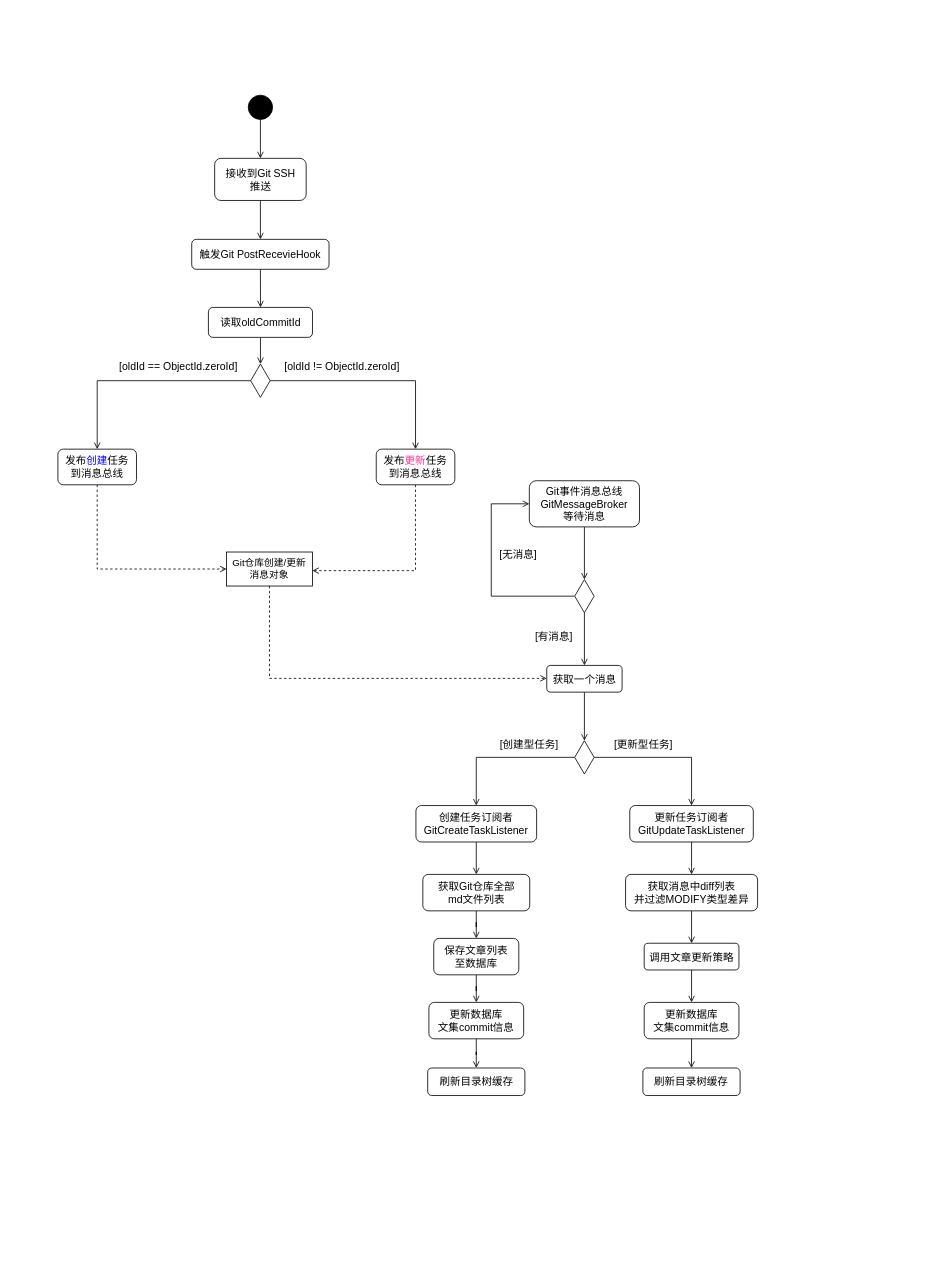
Earlier version of the draw.io diagram page "Git文集创建更新" (1 of 2) of docs/diagram/Git文集创建与更新触发逻辑.drawio (swsk33/git-document). Source tidied: cells renumbered, new cells numbered last; positions are measured from the earlier drawing's top-left corner, leaving out a move shared by most shapes. Both pictures are drawn from the tidied source at 81%, with x=0, y=0 at pixel (58, 95).
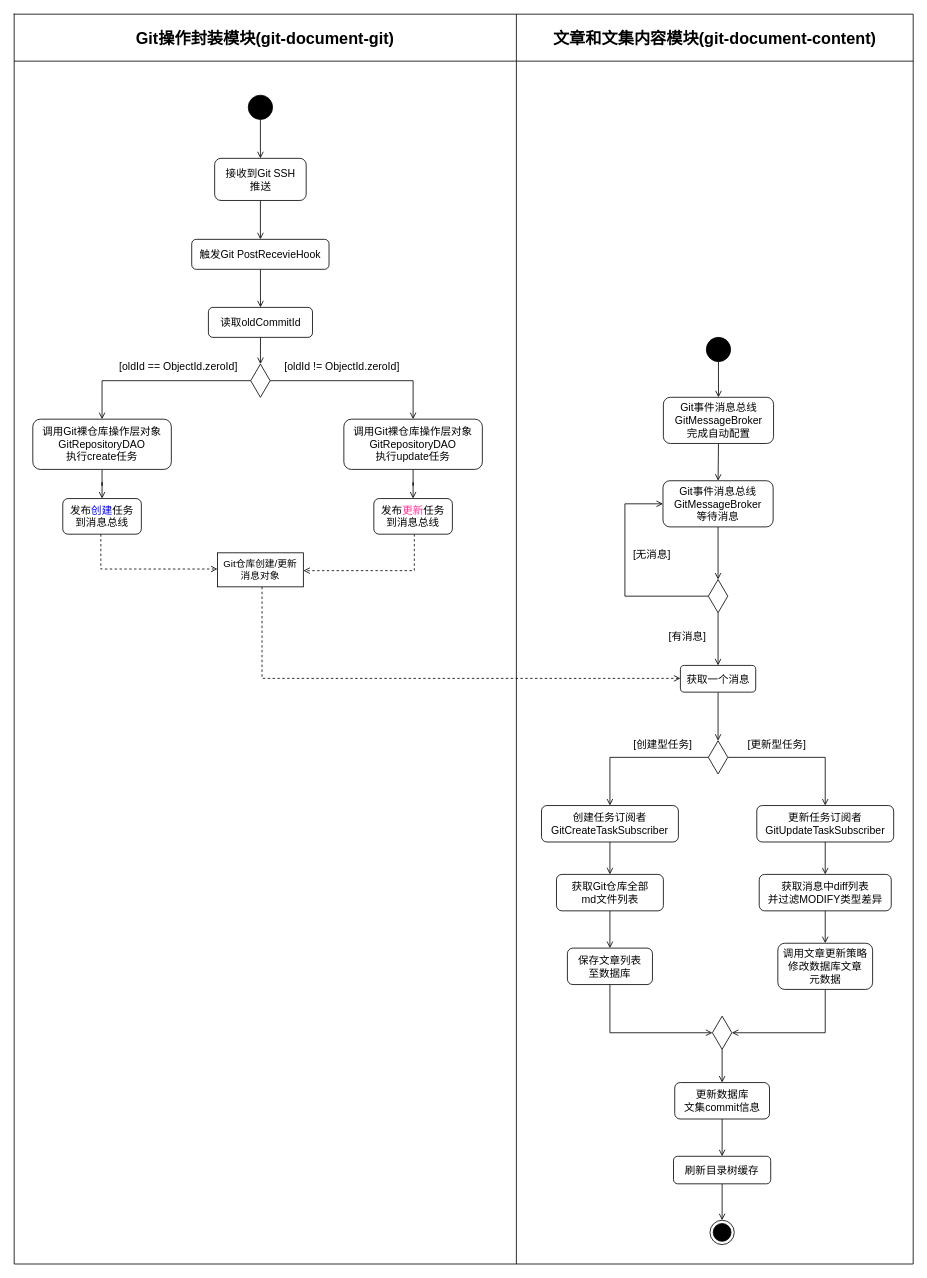
The same page after the edit.

The change refers to these unchanged cells:
```xml
<mxCell id="12" style="rhombus;fontFamily=Helvetica;fontSize=11;fontColor=default;labelBackgroundColor=default;" parent="1" vertex="1">
  <mxGeometry x="238" y="332" width="24" height="41" as="geometry" />
</mxCell>
```

The edit, as a diff of the source:
```diff
@@
+    <mxCell id="53" style="shape=table;startSize=0;childLayout=tableLayout;fixedHeader=1;fontFamily=Helvetica;fontSize=11;fontColor=default;labelBackgroundColor=default;" parent="1" vertex="1">
+      <mxGeometry x="-54" y="-100" width="1109.9" height="1543" as="geometry" />
+    </mxCell>
+    <mxCell id="54" style="shape=tableRow;horizontal=0;startSize=0;swimlaneHead=0;swimlaneBody=0;strokeColor=inherit;top=0;left=0;bottom=0;right=0;fillColor=none;fixedHeader=1;fontFamily=Helvetica;fontSize=11;fontColor=default;labelBackgroundColor=default;" parent="53" vertex="1">
+      <mxGeometry width="1109.9" height="58" as="geometry" />
+    </mxCell>
+    <mxCell id="55" value="Git操作封装模块(git-document-git)" style="shape=partialRectangle;html=1;whiteSpace=wrap;strokeColor=inherit;overflow=hidden;fillColor=none;top=0;left=0;bottom=0;right=0;fontFamily=Helvetica;fontSize=20;fontColor=default;labelBackgroundColor=default;fontStyle=1;" parent="54" vertex="1">
+      <mxGeometry width="620" height="58" as="geometry" />
+    </mxCell>
+    <mxCell id="56" value="文章和文集内容模块(git-document-content)" style="shape=partialRectangle;html=1;whiteSpace=wrap;strokeColor=inherit;overflow=hidden;fillColor=none;top=0;left=0;bottom=0;right=0;fontFamily=Helvetica;fontSize=20;fontColor=default;labelBackgroundColor=default;fontStyle=1;" parent="54" vertex="1">
+      <mxGeometry x="620" width="490" height="58" as="geometry" />
+    </mxCell>
+    <mxCell id="57" style="shape=tableRow;horizontal=0;startSize=0;swimlaneHead=0;swimlaneBody=0;strokeColor=inherit;top=0;left=0;bottom=0;right=0;fillColor=none;fixedHeader=1;fontFamily=Helvetica;fontSize=11;fontColor=default;labelBackgroundColor=default;" parent="53" vertex="1">
+      <mxGeometry y="58" width="1109.9" height="1485" as="geometry" />
+    </mxCell>
+    <mxCell id="58" style="shape=partialRectangle;html=1;whiteSpace=wrap;strokeColor=inherit;overflow=hidden;fillColor=none;top=0;left=0;bottom=0;right=0;fontFamily=Helvetica;fontSize=11;fontColor=default;labelBackgroundColor=default;" parent="57" vertex="1">
+      <mxGeometry width="620" height="1485" as="geometry" />
+    </mxCell>
+    <mxCell id="59" style="shape=partialRectangle;html=1;whiteSpace=wrap;strokeColor=inherit;overflow=hidden;fillColor=none;top=0;left=0;bottom=0;right=0;fontFamily=Helvetica;fontSize=11;fontColor=default;labelBackgroundColor=default;" parent="57" vertex="1">
+      <mxGeometry x="620" width="490" height="1485" as="geometry" />
+    </mxCell>
@@
     <mxCell id="6" style="edgeStyle=orthogonalEdgeStyle;shape=connector;rounded=0;jumpStyle=arc;jettySize=auto;html=1;strokeColor=default;align=center;verticalAlign=middle;fontFamily=Helvetica;fontSize=11;fontColor=default;labelBackgroundColor=default;endArrow=open;endFill=0;dashed=1;" parent="1" edge="1" source="7" target="29">
       <mxGeometry relative="1" as="geometry">
         <Array as="points">
-          <mxPoint x="261" y="720" />
+          <mxPoint x="252" y="720" />
         </Array>
       </mxGeometry>
     </mxCell>
     <mxCell id="7" value="Git仓库创建/更新&lt;div&gt;消息对象&lt;/div&gt;" style="rounded=0;whiteSpace=wrap;html=1;" parent="1" vertex="1">
-      <mxGeometry x="208.2" y="564" width="106" height="42" as="geometry" />
+      <mxGeometry x="197" y="565" width="106" height="42" as="geometry" />
     </mxCell>
@@
-    <mxCell id="10" style="edgeStyle=orthogonalEdgeStyle;shape=connector;rounded=0;jumpStyle=arc;jettySize=auto;html=1;strokeColor=default;align=center;verticalAlign=middle;fontFamily=Helvetica;fontSize=11;fontColor=default;labelBackgroundColor=default;endArrow=open;endFill=0;" parent="1" edge="1" source="12" target="20">
+    <mxCell id="10" style="edgeStyle=orthogonalEdgeStyle;shape=connector;rounded=0;jumpStyle=arc;jettySize=auto;html=1;strokeColor=default;align=center;verticalAlign=middle;fontFamily=Helvetica;fontSize=11;fontColor=default;labelBackgroundColor=default;endArrow=open;endFill=0;" parent="1" edge="1" source="12" target="67">
       <mxGeometry relative="1" as="geometry" />
     </mxCell>
-    <mxCell id="11" style="edgeStyle=orthogonalEdgeStyle;shape=connector;rounded=0;jumpStyle=arc;jettySize=auto;html=1;strokeColor=default;align=center;verticalAlign=middle;fontFamily=Helvetica;fontSize=11;fontColor=default;labelBackgroundColor=default;endArrow=open;endFill=0;" parent="1" edge="1" source="12" target="18">
+    <mxCell id="11" style="edgeStyle=orthogonalEdgeStyle;shape=connector;rounded=0;jumpStyle=arc;jettySize=auto;html=1;strokeColor=default;align=center;verticalAlign=middle;fontFamily=Helvetica;fontSize=11;fontColor=default;labelBackgroundColor=default;endArrow=open;endFill=0;" parent="1" edge="1" source="12" target="65">
       <mxGeometry relative="1" as="geometry" />
     </mxCell>
@@
     <mxCell id="17" style="edgeStyle=orthogonalEdgeStyle;shape=connector;rounded=0;jumpStyle=arc;jettySize=auto;html=1;strokeColor=default;align=center;verticalAlign=middle;fontFamily=Helvetica;fontSize=11;fontColor=default;labelBackgroundColor=default;endArrow=open;endFill=0;dashed=1;" parent="1" edge="1" source="18" target="7">
       <mxGeometry relative="1" as="geometry">
         <Array as="points">
-          <mxPoint x="49" y="585" />
+          <mxPoint x="53" y="585" />
         </Array>
       </mxGeometry>
     </mxCell>
     <mxCell id="18" value="发布&lt;font style=&quot;color: rgb(0, 0, 255);&quot;&gt;创建&lt;/font&gt;任务&lt;div&gt;到消息总线&lt;/div&gt;" style="rounded=1;whiteSpace=wrap;html=1;fontSize=13;" parent="1" vertex="1">
-      <mxGeometry y="437" width="97" height="44" as="geometry" />
+      <mxGeometry x="6" y="498" width="97" height="44" as="geometry" />
     </mxCell>
     <mxCell id="19" style="edgeStyle=orthogonalEdgeStyle;shape=connector;rounded=0;jumpStyle=arc;jettySize=auto;html=1;strokeColor=default;align=center;verticalAlign=middle;fontFamily=Helvetica;fontSize=11;fontColor=default;labelBackgroundColor=default;endArrow=open;endFill=0;dashed=1;" parent="1" edge="1" source="20" target="7">
       <mxGeometry relative="1" as="geometry">
         <Array as="points">
-          <mxPoint x="442" y="587" />
+          <mxPoint x="440" y="587" />
         </Array>
       </mxGeometry>
     </mxCell>
     <mxCell id="20" value="发布&lt;font style=&quot;color: rgb(255, 51, 153);&quot;&gt;更新&lt;/font&gt;任务&lt;div&gt;到消息总线&lt;/div&gt;" style="rounded=1;whiteSpace=wrap;html=1;fontSize=13;" parent="1" vertex="1">
-      <mxGeometry x="393" y="437" width="97" height="44" as="geometry" />
+      <mxGeometry x="390" y="498" width="97" height="44" as="geometry" />
     </mxCell>
@@
     <mxCell id="22" value="&lt;div&gt;Git事件&lt;span style=&quot;background-color: transparent; color: light-dark(rgb(0, 0, 0), rgb(255, 255, 255));&quot;&gt;消息总线&lt;/span&gt;&lt;/div&gt;&lt;div&gt;&lt;span style=&quot;background-color: transparent; color: light-dark(rgb(0, 0, 0), rgb(255, 255, 255));&quot;&gt;GitMessageBroker&lt;/span&gt;&lt;/div&gt;&lt;div&gt;等待消息&lt;/div&gt;" style="rounded=1;whiteSpace=wrap;html=1;fontSize=13;" parent="1" vertex="1">
-      <mxGeometry x="582" y="476" width="136" height="57" as="geometry" />
+      <mxGeometry x="747" y="476" width="136" height="57" as="geometry" />
     </mxCell>
     <mxCell id="23" style="edgeStyle=orthogonalEdgeStyle;shape=connector;rounded=0;jumpStyle=arc;jettySize=auto;html=1;strokeColor=default;align=center;verticalAlign=middle;fontFamily=Helvetica;fontSize=11;fontColor=default;labelBackgroundColor=default;endArrow=open;endFill=0;" parent="1" edge="1" source="25" target="22">
       <mxGeometry relative="1" as="geometry">
         <Array as="points">
-          <mxPoint x="535" y="618.5" />
-          <mxPoint x="535" y="504.5" />
+          <mxPoint x="700" y="618.5" />
+          <mxPoint x="700" y="504.5" />
         </Array>
       </mxGeometry>
     </mxCell>
@@
     <mxCell id="25" style="rhombus;fontFamily=Helvetica;fontSize=11;fontColor=default;labelBackgroundColor=default;" parent="1" vertex="1">
-      <mxGeometry x="638" y="598" width="24" height="41" as="geometry" />
+      <mxGeometry x="803" y="598" width="24" height="41" as="geometry" />
     </mxCell>
     <mxCell id="26" value="[无消息]" style="text;html=1;whiteSpace=wrap;strokeColor=none;fillColor=none;align=center;verticalAlign=middle;rounded=0;fontFamily=Helvetica;fontSize=13;fontColor=default;labelBackgroundColor=default;" parent="1" vertex="1">
-      <mxGeometry x="538" y="552" width="61" height="30" as="geometry" />
+      <mxGeometry x="703" y="552" width="61" height="30" as="geometry" />
     </mxCell>
     <mxCell id="27" value="[有消息]" style="text;html=1;whiteSpace=wrap;strokeColor=none;fillColor=none;align=center;verticalAlign=middle;rounded=0;fontFamily=Helvetica;fontSize=13;fontColor=default;labelBackgroundColor=default;" parent="1" vertex="1">
-      <mxGeometry x="582" y="653" width="61" height="30" as="geometry" />
+      <mxGeometry x="747" y="653" width="61" height="30" as="geometry" />
     </mxCell>
@@
     <mxCell id="29" value="获取一个消息" style="rounded=1;whiteSpace=wrap;html=1;fontSize=13;" parent="1" vertex="1">
-      <mxGeometry x="603.5" y="704" width="93" height="33" as="geometry" />
+      <mxGeometry x="768.5" y="704" width="93" height="33" as="geometry" />
     </mxCell>
@@
     <mxCell id="32" style="rhombus;fontFamily=Helvetica;fontSize=11;fontColor=default;labelBackgroundColor=default;" parent="1" vertex="1">
-      <mxGeometry x="638" y="797" width="24" height="41" as="geometry" />
+      <mxGeometry x="803" y="797" width="24" height="41" as="geometry" />
     </mxCell>
     <mxCell id="33" value="[创建型&lt;span style=&quot;background-color: light-dark(#ffffff, var(--ge-dark-color, #121212)); color: light-dark(rgb(0, 0, 0), rgb(255, 255, 255));&quot;&gt;任务]&lt;/span&gt;" style="text;html=1;whiteSpace=wrap;strokeColor=none;fillColor=none;align=center;verticalAlign=middle;rounded=0;fontFamily=Helvetica;fontSize=13;fontColor=default;labelBackgroundColor=default;" parent="1" vertex="1">
-      <mxGeometry x="538" y="788" width="88" height="27" as="geometry" />
+      <mxGeometry x="703" y="788" width="88" height="27" as="geometry" />
     </mxCell>
@@
-    <mxCell id="35" value="创建任务&lt;span style=&quot;background-color: transparent; color: light-dark(rgb(0, 0, 0), rgb(255, 255, 255));&quot;&gt;订阅者&lt;/span&gt;&lt;div&gt;GitCreateTaskListener&lt;/div&gt;" style="rounded=1;whiteSpace=wrap;html=1;fontSize=13;" parent="1" vertex="1">
-      <mxGeometry x="442" y="877" width="149" height="45" as="geometry" />
+    <mxCell id="35" value="创建任务&lt;span style=&quot;background-color: transparent; color: light-dark(rgb(0, 0, 0), rgb(255, 255, 255));&quot;&gt;订阅者&lt;/span&gt;&lt;div&gt;GitCreateTaskSubscriber&lt;/div&gt;" style="rounded=1;whiteSpace=wrap;html=1;fontSize=13;" parent="1" vertex="1">
+      <mxGeometry x="597" y="877" width="169" height="45" as="geometry" />
     </mxCell>
@@
-    <mxCell id="37" value="更新任务&lt;span style=&quot;background-color: transparent; color: light-dark(rgb(0, 0, 0), rgb(255, 255, 255));&quot;&gt;订阅者&lt;/span&gt;&lt;div&gt;GitUpdateTaskListener&lt;/div&gt;" style="rounded=1;whiteSpace=wrap;html=1;fontSize=13;" parent="1" vertex="1">
-      <mxGeometry x="706" y="877" width="152.5" height="45" as="geometry" />
+    <mxCell id="37" value="更新任务&lt;span style=&quot;background-color: transparent; color: light-dark(rgb(0, 0, 0), rgb(255, 255, 255));&quot;&gt;订阅者&lt;/span&gt;&lt;div&gt;GitUpdateTaskSubscriber&lt;/div&gt;" style="rounded=1;whiteSpace=wrap;html=1;fontSize=13;" parent="1" vertex="1">
+      <mxGeometry x="862.8" y="877" width="169" height="45" as="geometry" />
     </mxCell>
     <mxCell id="38" value="[更新型&lt;span style=&quot;background-color: light-dark(#ffffff, var(--ge-dark-color, #121212)); color: light-dark(rgb(0, 0, 0), rgb(255, 255, 255));&quot;&gt;任务]&lt;/span&gt;" style="text;html=1;whiteSpace=wrap;strokeColor=none;fillColor=none;align=center;verticalAlign=middle;rounded=0;fontFamily=Helvetica;fontSize=13;fontColor=default;labelBackgroundColor=default;" parent="1" vertex="1">
-      <mxGeometry x="681" y="786.5" width="84" height="30" as="geometry" />
+      <mxGeometry x="846" y="786.5" width="84" height="30" as="geometry" />
     </mxCell>
@@
     <mxCell id="40" value="获取Git仓库全部&lt;div&gt;md文件列表&lt;/div&gt;" style="rounded=1;whiteSpace=wrap;html=1;fontSize=13;" parent="1" vertex="1">
-      <mxGeometry x="450.5" y="962" width="132" height="45" as="geometry" />
+      <mxGeometry x="615.5" y="962" width="132" height="45" as="geometry" />
     </mxCell>
-    <mxCell id="41" style="edgeStyle=orthogonalEdgeStyle;shape=connector;rounded=0;jumpStyle=arc;jettySize=auto;html=1;strokeColor=default;align=center;verticalAlign=middle;fontFamily=Helvetica;fontSize=11;fontColor=default;labelBackgroundColor=default;endArrow=open;endFill=0;" parent="1" edge="1" source="42" target="44">
-      <mxGeometry relative="1" as="geometry" />
-    </mxCell>
+    <mxCell id="60" style="edgeStyle=orthogonalEdgeStyle;shape=connector;rounded=0;jumpStyle=arc;jettySize=auto;html=1;exitX=0.5;exitY=1;exitDx=0;exitDy=0;entryX=0;entryY=0.5;entryDx=0;entryDy=0;strokeColor=default;align=center;verticalAlign=middle;fontFamily=Helvetica;fontSize=11;fontColor=default;labelBackgroundColor=default;endArrow=open;endFill=0;" parent="1" edge="1" source="42" target="70">
+      <mxGeometry relative="1" as="geometry" />
+    </mxCell>
     <mxCell id="42" value="保存文章列表&lt;div&gt;至数据库&lt;/div&gt;" style="rounded=1;whiteSpace=wrap;html=1;fontSize=13;" parent="1" vertex="1">
-      <mxGeometry x="464" y="1041" width="105" height="45" as="geometry" />
+      <mxGeometry x="629" y="1053" width="105" height="45" as="geometry" />
     </mxCell>
-    <mxCell id="43" style="edgeStyle=orthogonalEdgeStyle;shape=connector;rounded=0;jumpStyle=arc;jettySize=auto;html=1;strokeColor=default;align=center;verticalAlign=middle;fontFamily=Helvetica;fontSize=11;fontColor=default;labelBackgroundColor=default;endArrow=open;endFill=0;" parent="1" edge="1" source="44" target="45">
-      <mxGeometry relative="1" as="geometry" />
-    </mxCell>
-    <mxCell id="44" value="更新数据库&lt;div&gt;文集commit信息&lt;/div&gt;" style="rounded=1;whiteSpace=wrap;html=1;fontSize=13;" parent="1" vertex="1">
-      <mxGeometry x="458" y="1120" width="117" height="45" as="geometry" />
-    </mxCell>
+    <mxCell id="61" style="edgeStyle=orthogonalEdgeStyle;shape=connector;rounded=0;jumpStyle=arc;jettySize=auto;html=1;strokeColor=default;align=center;verticalAlign=middle;fontFamily=Helvetica;fontSize=11;fontColor=default;labelBackgroundColor=default;endArrow=open;endFill=0;" parent="1" edge="1" source="45" target="68">
+      <mxGeometry relative="1" as="geometry" />
+    </mxCell>
     <mxCell id="45" value="刷新目录树&lt;span style=&quot;background-color: transparent; color: light-dark(rgb(0, 0, 0), rgb(255, 255, 255));&quot;&gt;缓存&lt;/span&gt;" style="rounded=1;whiteSpace=wrap;html=1;fontSize=13;" parent="1" vertex="1">
-      <mxGeometry x="456.5" y="1201" width="120" height="34" as="geometry" />
+      <mxGeometry x="760" y="1310" width="120" height="34" as="geometry" />
     </mxCell>
@@
     <mxCell id="47" value="获取消息中diff列表&lt;div&gt;并过滤MODIFY类型差异&lt;/div&gt;" style="rounded=1;whiteSpace=wrap;html=1;fontSize=13;" parent="1" vertex="1">
-      <mxGeometry x="700.8" y="962" width="163" height="45" as="geometry" />
+      <mxGeometry x="865.8" y="962" width="163" height="45" as="geometry" />
     </mxCell>
-    <mxCell id="48" style="edgeStyle=orthogonalEdgeStyle;shape=connector;rounded=0;jumpStyle=arc;jettySize=auto;html=1;strokeColor=default;align=center;verticalAlign=middle;fontFamily=Helvetica;fontSize=11;fontColor=default;labelBackgroundColor=default;endArrow=open;endFill=0;" parent="1" edge="1" source="49" target="50">
-      <mxGeometry relative="1" as="geometry" />
-    </mxCell>
+    <mxCell id="62" style="edgeStyle=orthogonalEdgeStyle;shape=connector;rounded=0;jumpStyle=arc;jettySize=auto;html=1;strokeColor=default;align=center;verticalAlign=middle;fontFamily=Helvetica;fontSize=11;fontColor=default;labelBackgroundColor=default;endArrow=open;endFill=0;" parent="1" edge="1" source="49" target="45">
+      <mxGeometry relative="1" as="geometry" />
+    </mxCell>
     <mxCell id="49" value="更新数据库&lt;div&gt;文集commit信息&lt;/div&gt;" style="rounded=1;whiteSpace=wrap;html=1;fontSize=13;" parent="1" vertex="1">
-      <mxGeometry x="723.8" y="1120" width="117" height="45" as="geometry" />
+      <mxGeometry x="761.5" y="1219" width="117" height="45" as="geometry" />
     </mxCell>
-    <mxCell id="50" value="刷新目录树&lt;span style=&quot;background-color: transparent; color: light-dark(rgb(0, 0, 0), rgb(255, 255, 255));&quot;&gt;缓存&lt;/span&gt;" style="rounded=1;whiteSpace=wrap;html=1;fontSize=13;" parent="1" vertex="1">
-      <mxGeometry x="722.2" y="1201" width="120" height="34" as="geometry" />
-    </mxCell>
-    <mxCell id="51" style="edgeStyle=orthogonalEdgeStyle;shape=connector;rounded=0;jumpStyle=arc;jettySize=auto;html=1;strokeColor=default;align=center;verticalAlign=middle;fontFamily=Helvetica;fontSize=11;fontColor=default;labelBackgroundColor=default;endArrow=open;endFill=0;" parent="1" edge="1" source="52" target="49">
-      <mxGeometry relative="1" as="geometry" />
-    </mxCell>
+    <mxCell id="63" style="edgeStyle=orthogonalEdgeStyle;shape=connector;rounded=0;jumpStyle=arc;jettySize=auto;html=1;entryX=1;entryY=0.5;entryDx=0;entryDy=0;strokeColor=default;align=center;verticalAlign=middle;fontFamily=Helvetica;fontSize=11;fontColor=default;labelBackgroundColor=default;endArrow=open;endFill=0;exitX=0.5;exitY=1;exitDx=0;exitDy=0;" parent="1" edge="1" source="52" target="70">
+      <mxGeometry relative="1" as="geometry" />
+    </mxCell>
-    <mxCell id="52" value="调用文章更新策略" style="rounded=1;whiteSpace=wrap;html=1;fontSize=13;" parent="1" vertex="1">
-      <mxGeometry x="723.8" y="1047" width="117" height="33" as="geometry" />
+    <mxCell id="52" value="调用文章更新策略&lt;div&gt;修改数据库文章&lt;/div&gt;&lt;div&gt;元数据&lt;/div&gt;" style="rounded=1;whiteSpace=wrap;html=1;fontSize=13;" parent="1" vertex="1">
+      <mxGeometry x="888.8" y="1047" width="117" height="57" as="geometry" />
     </mxCell>
+    <mxCell id="64" style="edgeStyle=orthogonalEdgeStyle;shape=connector;rounded=0;jumpStyle=arc;jettySize=auto;html=1;strokeColor=default;align=center;verticalAlign=middle;fontFamily=Helvetica;fontSize=11;fontColor=default;labelBackgroundColor=default;endArrow=open;endFill=0;" parent="1" edge="1" source="65" target="18">
+      <mxGeometry relative="1" as="geometry" />
+    </mxCell>
+    <mxCell id="65" value="调用Git裸仓库操作层对象&lt;div&gt;GitRepositoryDAO&lt;/div&gt;&lt;div&gt;执行create任务&lt;/div&gt;" style="rounded=1;whiteSpace=wrap;html=1;fontSize=13;" parent="1" vertex="1">
+      <mxGeometry x="-31" y="400" width="171" height="62" as="geometry" />
+    </mxCell>
+    <mxCell id="66" style="edgeStyle=orthogonalEdgeStyle;shape=connector;rounded=0;jumpStyle=arc;jettySize=auto;html=1;strokeColor=default;align=center;verticalAlign=middle;fontFamily=Helvetica;fontSize=11;fontColor=default;labelBackgroundColor=default;endArrow=open;endFill=0;" parent="1" edge="1" source="67" target="20">
+      <mxGeometry relative="1" as="geometry" />
+    </mxCell>
+    <mxCell id="67" value="调用Git裸仓库操作层对象&lt;div&gt;GitRepositoryDAO&lt;/div&gt;&lt;div&gt;执行update任务&lt;/div&gt;" style="rounded=1;whiteSpace=wrap;html=1;fontSize=13;" parent="1" vertex="1">
+      <mxGeometry x="353" y="400" width="171" height="62" as="geometry" />
+    </mxCell>
+    <mxCell id="68" style="ellipse;html=1;shape=endState;fillColor=strokeColor;fontFamily=Helvetica;fontSize=11;fontColor=default;labelBackgroundColor=default;" parent="1" vertex="1">
+      <mxGeometry x="805" y="1389" width="30" height="30" as="geometry" />
+    </mxCell>
+    <mxCell id="69" style="edgeStyle=orthogonalEdgeStyle;shape=connector;rounded=0;jumpStyle=arc;jettySize=auto;html=1;strokeColor=default;align=center;verticalAlign=middle;fontFamily=Helvetica;fontSize=11;fontColor=default;labelBackgroundColor=default;endArrow=open;endFill=0;" parent="1" edge="1" source="70" target="49">
+      <mxGeometry relative="1" as="geometry" />
+    </mxCell>
+    <mxCell id="70" style="rhombus;fontFamily=Helvetica;fontSize=11;fontColor=default;labelBackgroundColor=default;" parent="1" vertex="1">
+      <mxGeometry x="808" y="1137" width="24" height="41" as="geometry" />
+    </mxCell>
+    <mxCell id="71" style="edgeStyle=orthogonalEdgeStyle;shape=connector;rounded=0;jumpStyle=arc;jettySize=auto;html=1;strokeColor=default;align=center;verticalAlign=middle;fontFamily=Helvetica;fontSize=11;fontColor=default;labelBackgroundColor=default;endArrow=open;endFill=0;" parent="1" edge="1" source="72" target="74">
+      <mxGeometry relative="1" as="geometry" />
+    </mxCell>
+    <mxCell id="72" style="ellipse;fillColor=strokeColor;html=1;fontFamily=Helvetica;fontSize=11;fontColor=default;labelBackgroundColor=default;" parent="1" vertex="1">
+      <mxGeometry x="800.5" y="299" width="30" height="30" as="geometry" />
+    </mxCell>
+    <mxCell id="73" style="edgeStyle=orthogonalEdgeStyle;shape=connector;rounded=0;jumpStyle=arc;jettySize=auto;html=1;strokeColor=default;align=center;verticalAlign=middle;fontFamily=Helvetica;fontSize=11;fontColor=default;labelBackgroundColor=default;endArrow=open;endFill=0;" parent="1" edge="1" source="74" target="22">
+      <mxGeometry relative="1" as="geometry" />
+    </mxCell>
+    <mxCell id="74" value="&lt;div&gt;Git事件&lt;span style=&quot;background-color: transparent; color: light-dark(rgb(0, 0, 0), rgb(255, 255, 255));&quot;&gt;消息总线&lt;/span&gt;&lt;/div&gt;&lt;div&gt;&lt;span style=&quot;background-color: transparent; color: light-dark(rgb(0, 0, 0), rgb(255, 255, 255));&quot;&gt;GitMessageBroker&lt;/span&gt;&lt;/div&gt;&lt;div&gt;完成自动配置&lt;/div&gt;" style="rounded=1;whiteSpace=wrap;html=1;fontSize=13;" parent="1" vertex="1">
+      <mxGeometry x="747.5" y="373" width="136" height="57" as="geometry" />
+    </mxCell>
```
